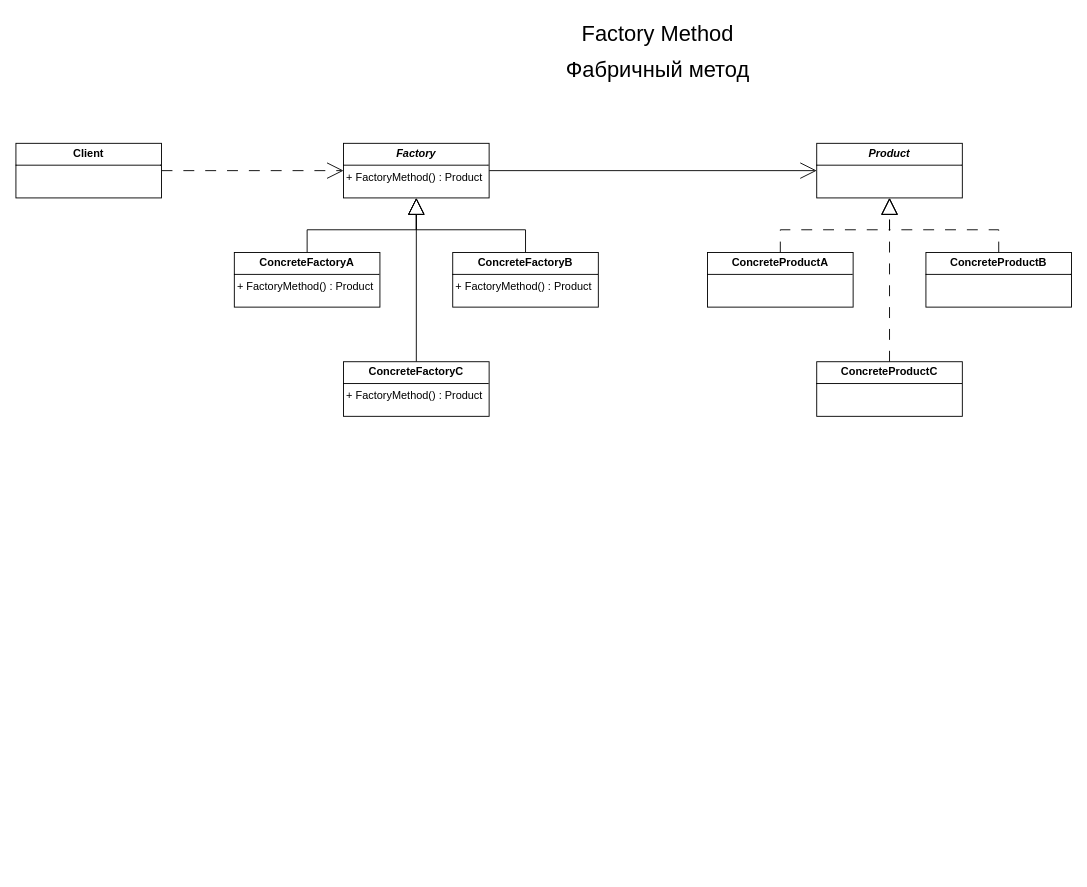
This is CreationalPatternsProject/CreationalPatterns.drawio from academy-top-tula-p41/CppOopDesignPatternsSolution, a draw.io file, before an edit. Source tidied: cells renumbered, new cells numbered last; positions are measured from the earlier drawing's top-left corner, leaving out a move shared by most shapes. Both pictures are drawn from the tidied source at 91%, with x=0, y=0 at pixel (15, 15).
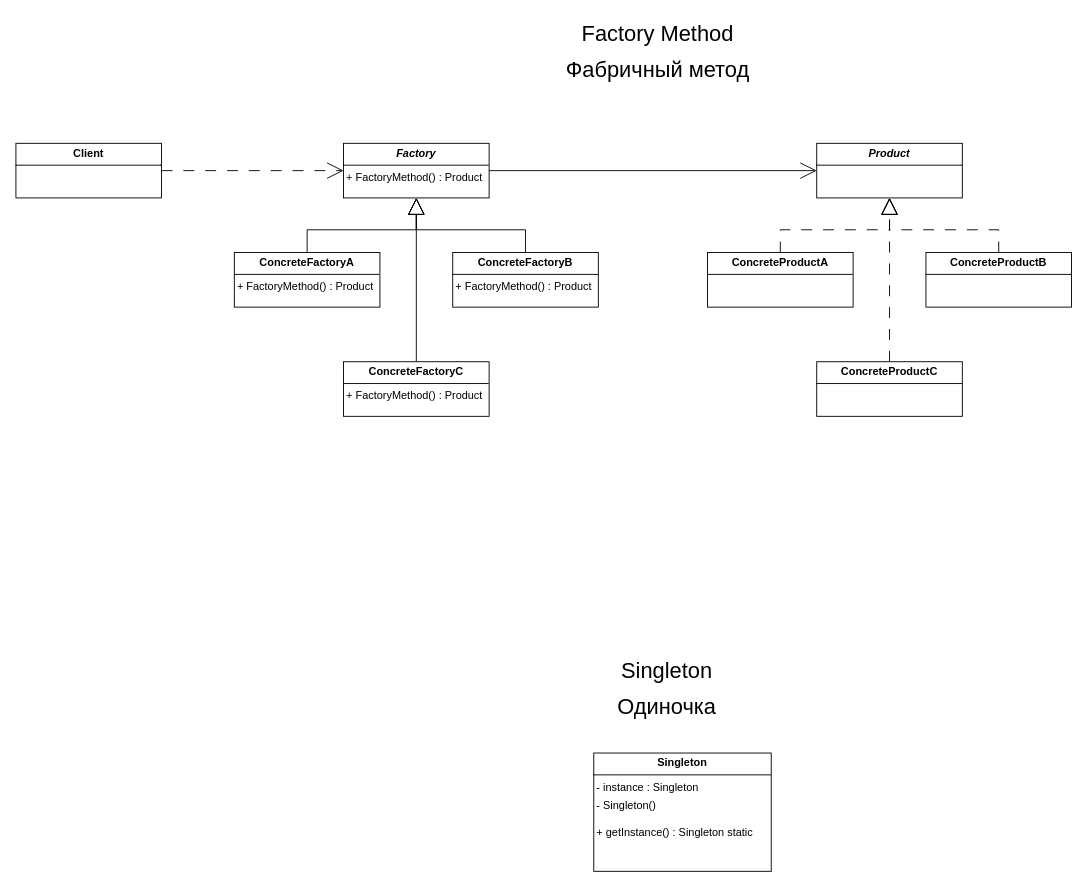
After the change.

What changed in the source:
```diff
@@
+    <mxCell id="21" value="Singleton" style="text;html=1;align=center;verticalAlign=middle;strokeColor=none;fillColor=none;fontSize=24;" parent="1" vertex="1">
+      <mxGeometry x="655" y="700" width="120" height="40" as="geometry" />
+    </mxCell>
+    <mxCell id="22" value="Одиночка" style="text;html=1;align=center;verticalAlign=middle;strokeColor=none;fillColor=none;fontSize=24;" parent="1" vertex="1">
+      <mxGeometry x="650" y="740" width="130" height="40" as="geometry" />
+    </mxCell>
+    <mxCell id="23" value="&lt;p style=&quot;margin:0px;margin-top:4px;text-align:center;&quot;&gt;&lt;b&gt;Singleton&lt;/b&gt;&lt;/p&gt;&lt;hr size=&quot;1&quot; style=&quot;border-style:solid;&quot;&gt;&lt;div style=&quot;height:2px;&quot;&gt;&amp;nbsp;- instance : Singleton&lt;/div&gt;&lt;div style=&quot;height:2px;&quot;&gt;&lt;br&gt;&lt;/div&gt;&lt;div style=&quot;height:2px;&quot;&gt;&lt;br&gt;&lt;/div&gt;&lt;div style=&quot;height:2px;&quot;&gt;&lt;br&gt;&lt;/div&gt;&lt;div style=&quot;height:2px;&quot;&gt;&lt;br&gt;&lt;/div&gt;&lt;div style=&quot;height:2px;&quot;&gt;&lt;br&gt;&lt;/div&gt;&lt;div style=&quot;height:2px;&quot;&gt;&lt;br&gt;&lt;/div&gt;&lt;div style=&quot;height:2px;&quot;&gt;&lt;br&gt;&lt;/div&gt;&lt;div style=&quot;height:2px;&quot;&gt;&lt;br&gt;&lt;/div&gt;&lt;div style=&quot;height:2px;&quot;&gt;&lt;br&gt;&lt;/div&gt;&lt;div style=&quot;height:2px;&quot;&gt;&amp;nbsp;-&amp;nbsp;&lt;span style=&quot;background-color: initial;&quot;&gt;Singleton()&lt;/span&gt;&lt;/div&gt;&lt;div style=&quot;height:2px;&quot;&gt;&lt;span style=&quot;background-color: initial;&quot;&gt;&lt;br&gt;&lt;/span&gt;&lt;/div&gt;&lt;div style=&quot;height:2px;&quot;&gt;&lt;span style=&quot;background-color: initial;&quot;&gt;&lt;br&gt;&lt;/span&gt;&lt;/div&gt;&lt;div style=&quot;height:2px;&quot;&gt;&lt;span style=&quot;background-color: initial;&quot;&gt;&lt;br&gt;&lt;/span&gt;&lt;/div&gt;&lt;div style=&quot;height:2px;&quot;&gt;&lt;span style=&quot;background-color: initial;&quot;&gt;&lt;br&gt;&lt;/span&gt;&lt;/div&gt;&lt;div style=&quot;height:2px;&quot;&gt;&lt;span style=&quot;background-color: initial;&quot;&gt;&lt;br&gt;&lt;/span&gt;&lt;/div&gt;&lt;div style=&quot;height:2px;&quot;&gt;&lt;span style=&quot;background-color: initial;&quot;&gt;&lt;br&gt;&lt;/span&gt;&lt;/div&gt;&lt;div style=&quot;height:2px;&quot;&gt;&lt;span style=&quot;background-color: initial;&quot;&gt;&lt;br&gt;&lt;/span&gt;&lt;/div&gt;&lt;div style=&quot;height:2px;&quot;&gt;&lt;span style=&quot;background-color: initial;&quot;&gt;&lt;br&gt;&lt;/span&gt;&lt;/div&gt;&lt;div style=&quot;height:2px;&quot;&gt;&lt;span style=&quot;background-color: initial;&quot;&gt;&lt;br&gt;&lt;/span&gt;&lt;/div&gt;&lt;div style=&quot;height:2px;&quot;&gt;&lt;span style=&quot;background-color: initial;&quot;&gt;&lt;br&gt;&lt;/span&gt;&lt;/div&gt;&lt;div style=&quot;height:2px;&quot;&gt;&lt;span style=&quot;background-color: initial;&quot;&gt;&lt;br&gt;&lt;/span&gt;&lt;/div&gt;&lt;div style=&quot;height:2px;&quot;&gt;&lt;span style=&quot;background-color: initial;&quot;&gt;&lt;br&gt;&lt;/span&gt;&lt;/div&gt;&lt;div style=&quot;height:2px;&quot;&gt;&lt;span style=&quot;background-color: initial;&quot;&gt;&lt;br&gt;&lt;/span&gt;&lt;/div&gt;&lt;div style=&quot;height:2px;&quot;&gt;&lt;span style=&quot;background-color: initial;&quot;&gt;&lt;br&gt;&lt;/span&gt;&lt;/div&gt;&lt;div style=&quot;height:2px;&quot;&gt;&lt;span style=&quot;background-color: initial;&quot;&gt;&amp;nbsp;+ getInstance() : Singleton static&lt;/span&gt;&lt;/div&gt;" style="verticalAlign=top;align=left;overflow=fill;html=1;whiteSpace=wrap;" parent="1" vertex="1">
+      <mxGeometry x="635" y="810" width="195" height="130" as="geometry" />
+    </mxCell>
```
